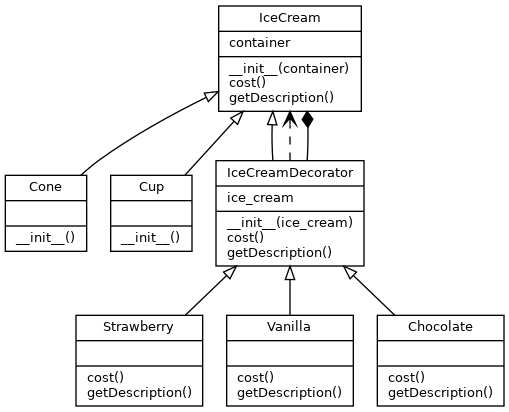
BartolomeoZisa/LLMDesignPatternRefactoring keeps this Graphviz diagram as uml_output/classes_diagram.png. Above is the earlier version. Its source is kept beside it as uml_output/classes_diagram.dot.
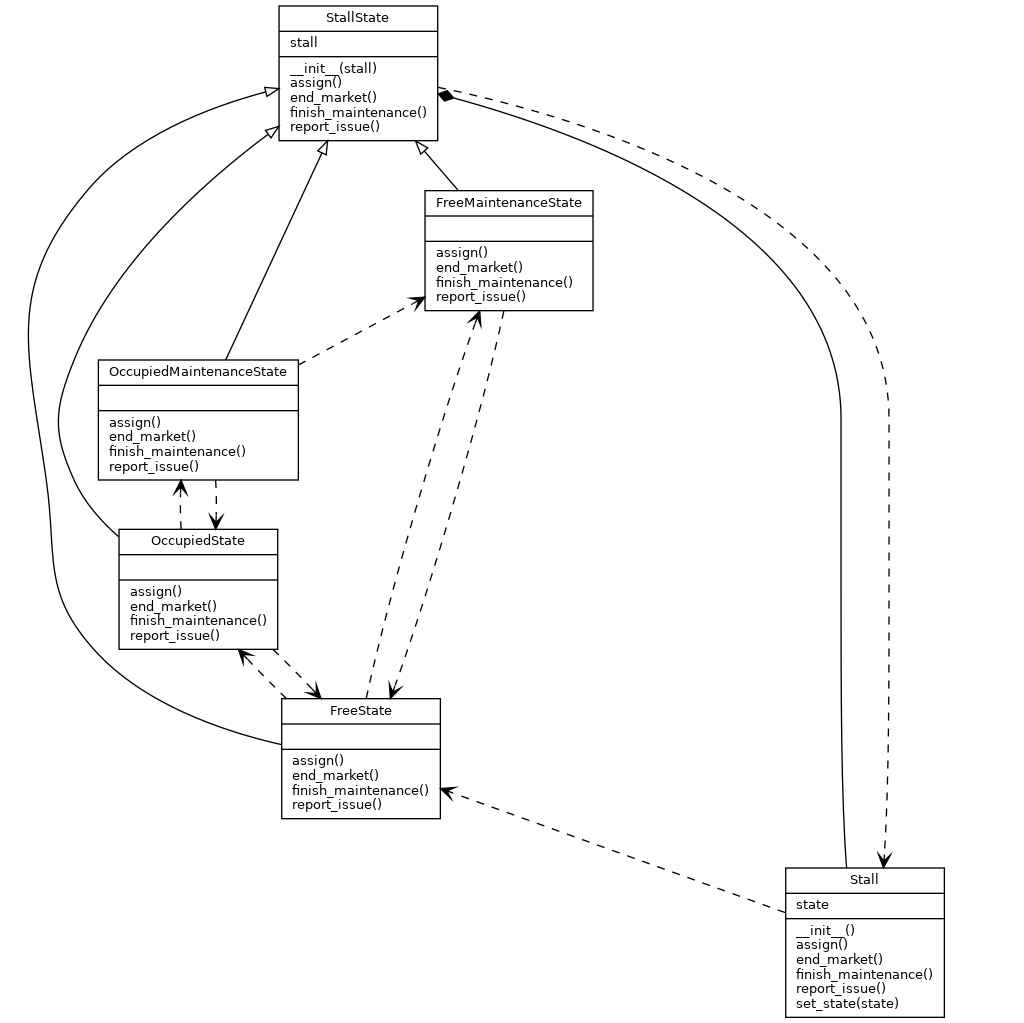
The same file after the commit.

Change to the diagram source:
```diff
@@ -1,19 +1,27 @@
 digraph UML {
 	rankdir=BT
+	ratio=1
+	nodesep=0.5
+	ranksep=0.5
 	node [fillcolor=white fontname=Helvetica fontsize=10 shape=record style=filled]
-	Cone [label="{ Cone |  | __init__()\l }"]
-	IceCream [label="{ IceCream | container\l | __init__(container)\lcost()\lgetDescription()\l }"]
-	Cup [label="{ Cup |  | __init__()\l }"]
-	Strawberry [label="{ Strawberry |  | cost()\lgetDescription()\l }"]
-	IceCreamDecorator [label="{ IceCreamDecorator | ice_cream\l | __init__(ice_cream)\lcost()\lgetDescription()\l }"]
-	Vanilla [label="{ Vanilla |  | cost()\lgetDescription()\l }"]
-	Chocolate [label="{ Chocolate |  | cost()\lgetDescription()\l }"]
-	IceCreamDecorator -> IceCream [arrowhead=empty]
-	IceCreamDecorator -> IceCream [arrowhead=vee style=dashed]
-	IceCreamDecorator -> IceCream [arrowhead=diamond]
-	Chocolate -> IceCreamDecorator [arrowhead=empty]
-	Strawberry -> IceCreamDecorator [arrowhead=empty]
-	Vanilla -> IceCreamDecorator [arrowhead=empty]
-	Cone -> IceCream [arrowhead=empty]
-	Cup -> IceCream [arrowhead=empty]
+	Stall [label="{ Stall | state\l | __init__()\lassign()\lend_market()\lfinish_maintenance()\lreport_issue()\lset_state(state)\l }"]
+	FreeMaintenanceState [label="{ FreeMaintenanceState |  | assign()\lend_market()\lfinish_maintenance()\lreport_issue()\l }"]
+	FreeState [label="{ FreeState |  | assign()\lend_market()\lfinish_maintenance()\lreport_issue()\l }"]
+	StallState [label="{ StallState | stall\l | __init__(stall)\lassign()\lend_market()\lfinish_maintenance()\lreport_issue()\l }"]
+	OccupiedState [label="{ OccupiedState |  | assign()\lend_market()\lfinish_maintenance()\lreport_issue()\l }"]
+	OccupiedMaintenanceState [label="{ OccupiedMaintenanceState |  | assign()\lend_market()\lfinish_maintenance()\lreport_issue()\l }"]
+	Stall -> StallState [arrowhead=diamond]
+	Stall -> FreeState [arrowhead=vee style=dashed]
+	StallState -> Stall [arrowhead=vee style=dashed]
+	FreeState -> StallState [arrowhead=empty]
+	FreeState -> OccupiedState [arrowhead=vee style=dashed]
+	FreeState -> FreeMaintenanceState [arrowhead=vee style=dashed]
+	OccupiedState -> StallState [arrowhead=empty]
+	OccupiedState -> FreeState [arrowhead=vee style=dashed]
+	OccupiedState -> OccupiedMaintenanceState [arrowhead=vee style=dashed]
+	FreeMaintenanceState -> StallState [arrowhead=empty]
+	FreeMaintenanceState -> FreeState [arrowhead=vee style=dashed]
+	OccupiedMaintenanceState -> StallState [arrowhead=empty]
+	OccupiedMaintenanceState -> FreeMaintenanceState [arrowhead=vee style=dashed]
+	OccupiedMaintenanceState -> OccupiedState [arrowhead=vee style=dashed]
 }
```
